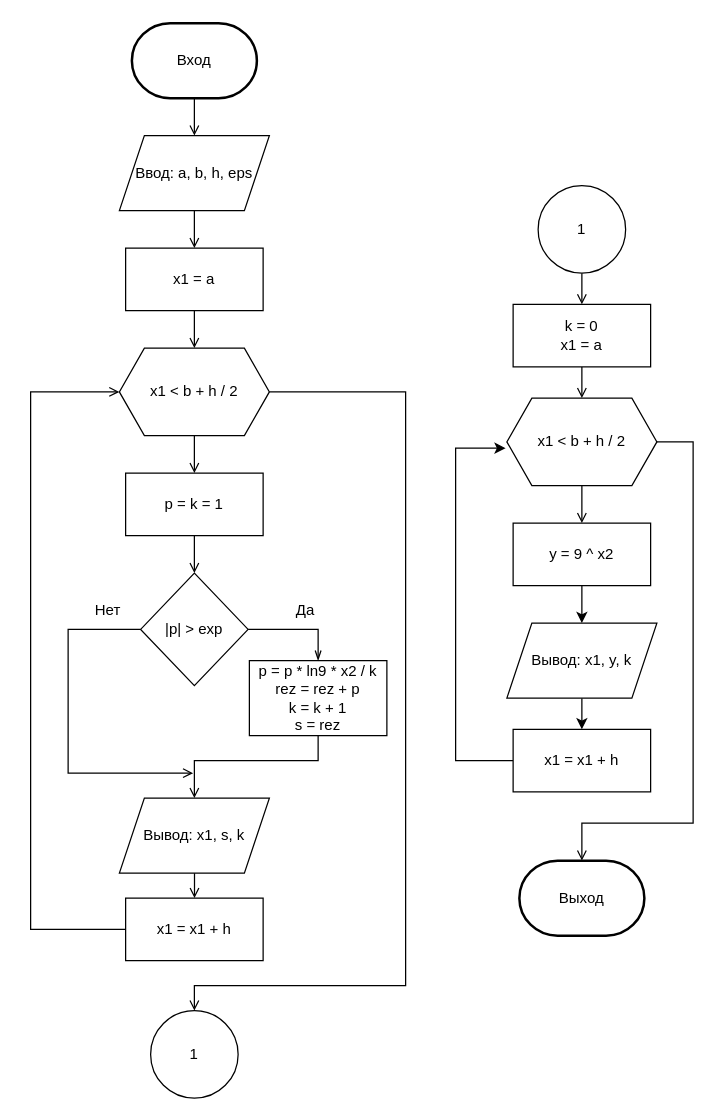
Earlier version of the draw.io diagram laba8.drawio (ArgumenTiKi/labs). Source tidied: cells renumbered, new cells numbered last; positions are measured from the earlier drawing's top-left corner, leaving out a move shared by most shapes. Both pictures are drawn from the tidied source at 125%, with x=0, y=0 at pixel (30, 22).
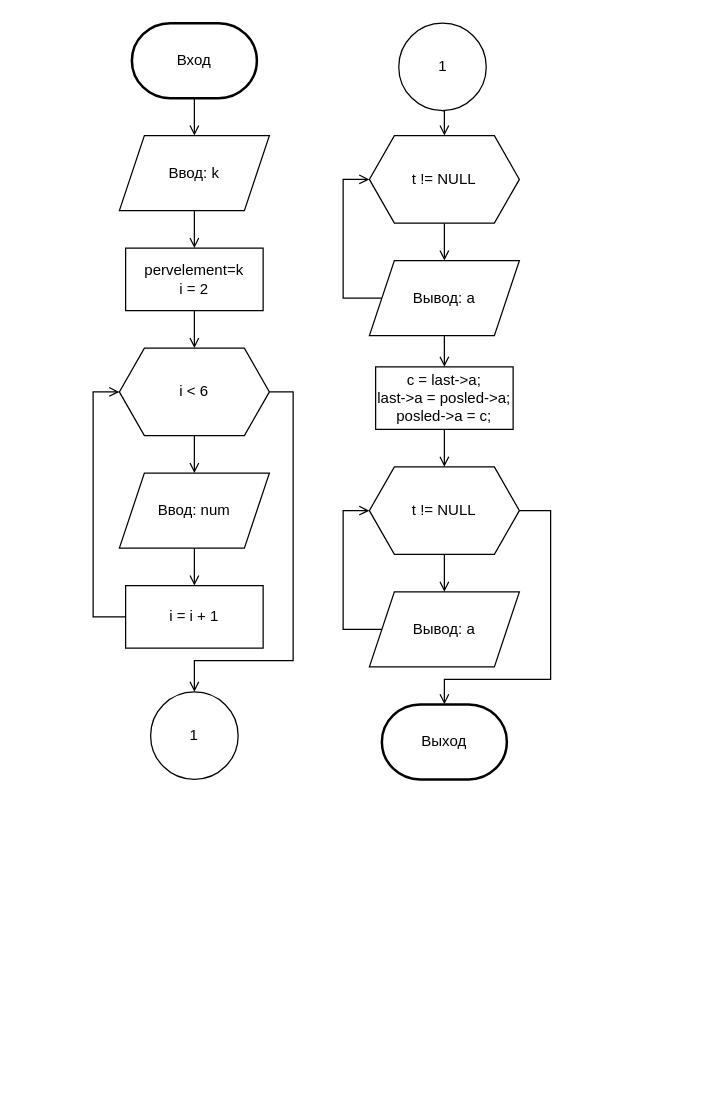
After the change.

Diff of the diagram source:
```diff
@@
     <mxCell id="4" value="Выход" style="strokeWidth=2;html=1;shape=mxgraph.flowchart.terminator;whiteSpace=wrap;" parent="1" vertex="1">
-      <mxGeometry x="391" y="670" width="100" height="60" as="geometry" />
+      <mxGeometry x="281" y="545" width="100" height="60" as="geometry" />
     </mxCell>
-    <mxCell id="5" style="edgeStyle=orthogonalEdgeStyle;rounded=0;jettySize=auto;html=1;exitX=0.5;exitY=1;exitDx=0;exitDy=0;entryX=0.5;entryY=0;entryDx=0;entryDy=0;endArrow=open;endFill=0;" parent="1" edge="1" source="6">
-      <mxGeometry relative="1" as="geometry">
-        <mxPoint x="131" y="620" as="targetPoint" />
-        <Array as="points">
-          <mxPoint x="230" y="590" />
-          <mxPoint x="131" y="590" />
-        </Array>
-      </mxGeometry>
-    </mxCell>
-    <mxCell id="6" value="p = p * ln9 * x2 / k&lt;br&gt;rez = rez + p&lt;br&gt;k = k + 1&lt;br&gt;s = rez" style="rounded=0;whiteSpace=wrap;html=1;" parent="1" vertex="1">
-      <mxGeometry x="175" y="510" width="110" height="60" as="geometry" />
-    </mxCell>
-    <mxCell id="7" style="edgeStyle=orthogonalEdgeStyle;rounded=0;jettySize=auto;html=1;exitX=0.5;exitY=1;exitDx=0;exitDy=0;entryX=0;entryY=0.5;entryDx=0;entryDy=0;" parent="1" edge="1" target="10">
-      <mxGeometry relative="1" as="geometry">
-        <mxPoint x="125" y="452" as="sourcePoint" />
-      </mxGeometry>
-    </mxCell>
-    <mxCell id="8" style="edgeStyle=orthogonalEdgeStyle;rounded=0;jettySize=auto;html=1;entryX=0.5;entryY=0;entryDx=0;entryDy=0;endArrow=openThin;endFill=0;" parent="1" edge="1" source="10" target="6">
-      <mxGeometry relative="1" as="geometry" />
-    </mxCell>
-    <mxCell id="9" style="edgeStyle=orthogonalEdgeStyle;rounded=0;jettySize=auto;html=1;exitX=0.5;exitY=1;exitDx=0;exitDy=0;endArrow=open;endFill=0;" parent="1" edge="1" source="10">
-      <mxGeometry relative="1" as="geometry">
-        <mxPoint x="130" y="600" as="targetPoint" />
-        <Array as="points">
-          <mxPoint x="30" y="485" />
-          <mxPoint x="30" y="600" />
-        </Array>
-      </mxGeometry>
-    </mxCell>
-    <mxCell id="10" value="|p| &amp;gt; exp" style="rhombus;whiteSpace=wrap;html=1;direction=south;" parent="1" vertex="1">
-      <mxGeometry x="88" y="440" width="86" height="90" as="geometry" />
-    </mxCell>
-    <mxCell id="11" value="Нет" style="text;html=1;strokeColor=none;fillColor=none;align=center;verticalAlign=middle;whiteSpace=wrap;rounded=0;" parent="1" vertex="1">
-      <mxGeometry x="42" y="460" width="40" height="20" as="geometry" />
-    </mxCell>
-    <mxCell id="12" value="Да" style="text;html=1;strokeColor=none;fillColor=none;align=center;verticalAlign=middle;whiteSpace=wrap;rounded=0;" parent="1" vertex="1">
-      <mxGeometry x="200" y="460" width="40" height="20" as="geometry" />
-    </mxCell>
-    <mxCell id="13" value="1" style="ellipse;whiteSpace=wrap;html=1;" parent="1" vertex="1">
-      <mxGeometry x="96" y="790" width="70" height="70" as="geometry" />
-    </mxCell>
-    <mxCell id="14" style="edgeStyle=orthogonalEdgeStyle;rounded=0;jettySize=auto;html=1;endArrow=open;endFill=0;" parent="1" edge="1" source="15" target="10">
+    <mxCell id="14" style="edgeStyle=orthogonalEdgeStyle;rounded=0;jettySize=auto;html=1;endArrow=open;endFill=0;exitX=0.5;exitY=1;exitDx=0;exitDy=0;entryX=0.5;entryY=0;entryDx=0;entryDy=0;" parent="1" edge="1" source="18" target="39">
       <mxGeometry relative="1" as="geometry" />
     </mxCell>
-    <mxCell id="15" value="p = k = 1" style="rounded=0;whiteSpace=wrap;html=1;" parent="1" vertex="1">
-      <mxGeometry x="76" y="360" width="110" height="50" as="geometry" />
-    </mxCell>
-    <mxCell id="16" style="edgeStyle=orthogonalEdgeStyle;rounded=0;jettySize=auto;html=1;endArrow=open;endFill=0;" parent="1" edge="1" source="18" target="15">
-      <mxGeometry relative="1" as="geometry" />
-    </mxCell>
-    <mxCell id="17" style="edgeStyle=orthogonalEdgeStyle;rounded=0;jettySize=auto;html=1;entryX=0.5;entryY=0;entryDx=0;entryDy=0;endArrow=open;endFill=0;" parent="1" edge="1" source="18" target="13">
+    <mxCell id="17" style="edgeStyle=orthogonalEdgeStyle;rounded=0;jettySize=auto;html=1;endArrow=open;endFill=0;entryX=0.5;entryY=0;entryDx=0;entryDy=0;" parent="1" edge="1" source="18" target="13">
       <mxGeometry relative="1" as="geometry">
         <Array as="points">
-          <mxPoint x="300" y="295" />
-          <mxPoint x="300" y="770" />
-          <mxPoint x="131" y="770" />
+          <mxPoint x="210" y="295" />
+          <mxPoint x="210" y="510" />
+          <mxPoint x="131" y="510" />
         </Array>
       </mxGeometry>
     </mxCell>
-    <mxCell id="18" value="x1 &amp;lt; b + h / 2" style="shape=hexagon;perimeter=hexagonPerimeter2;whiteSpace=wrap;html=1;fixedSize=1;" parent="1" vertex="1">
+    <mxCell id="18" value="i &amp;lt; 6" style="shape=hexagon;perimeter=hexagonPerimeter2;whiteSpace=wrap;html=1;fixedSize=1;" parent="1" vertex="1">
       <mxGeometry x="71" y="260" width="120" height="70" as="geometry" />
     </mxCell>
@@
-    <mxCell id="20" value="Ввод: a, b, h, eps" style="shape=parallelogram;perimeter=parallelogramPerimeter;whiteSpace=wrap;html=1;fixedSize=1;" parent="1" vertex="1">
+    <mxCell id="20" value="Ввод: k" style="shape=parallelogram;perimeter=parallelogramPerimeter;whiteSpace=wrap;html=1;fixedSize=1;" parent="1" vertex="1">
       <mxGeometry x="71" y="90" width="120" height="60" as="geometry" />
     </mxCell>
@@
-    <mxCell id="22" value="x1 = a" style="rounded=0;whiteSpace=wrap;html=1;" parent="1" vertex="1">
+    <mxCell id="22" value="pervelement=k&lt;br&gt;i = 2" style="rounded=0;whiteSpace=wrap;html=1;" parent="1" vertex="1">
       <mxGeometry x="76" y="180" width="110" height="50" as="geometry" />
     </mxCell>
     <mxCell id="23" style="edgeStyle=orthogonalEdgeStyle;rounded=0;jettySize=auto;html=1;endArrow=open;endFill=0;exitX=0;exitY=0.5;exitDx=0;exitDy=0;" parent="1" edge="1" source="38">
       <mxGeometry relative="1" as="geometry">
         <mxPoint x="71" y="295" as="targetPoint" />
         <Array as="points">
-          <mxPoint y="725" />
-          <mxPoint y="295" />
+          <mxPoint x="50" y="475" />
+          <mxPoint x="50" y="295" />
         </Array>
       </mxGeometry>
     </mxCell>
-    <mxCell id="24" style="edgeStyle=orthogonalEdgeStyle;rounded=0;jettySize=auto;html=1;entryX=0.5;entryY=0;entryDx=0;entryDy=0;endArrow=open;endFill=0;" parent="1" edge="1" source="25" target="33">
-      <mxGeometry relative="1" as="geometry" />
-    </mxCell>
-    <mxCell id="25" value="k = 0&lt;br&gt;x1 = a" style="rounded=0;whiteSpace=wrap;html=1;" parent="1" vertex="1">
-      <mxGeometry x="386" y="225" width="110" height="50" as="geometry" />
-    </mxCell>
-    <mxCell id="26" style="edgeStyle=orthogonalEdgeStyle;rounded=0;jettySize=auto;html=1;exitX=0.5;exitY=1;exitDx=0;exitDy=0;entryX=0.5;entryY=0;entryDx=0;entryDy=0;endArrow=open;endFill=0;" parent="1" edge="1" source="27" target="25">
-      <mxGeometry relative="1" as="geometry" />
-    </mxCell>
+    <mxCell id="40" style="edgeStyle=orthogonalEdgeStyle;rounded=0;jettySize=auto;html=1;exitX=0.5;exitY=1;exitDx=0;exitDy=0;entryX=0.5;entryY=0;entryDx=0;entryDy=0;endArrow=open;endFill=0;strokeColor=#000000;" parent="1" edge="1" source="27" target="45">
+      <mxGeometry relative="1" as="geometry" />
+    </mxCell>
     <mxCell id="27" value="1" style="ellipse;whiteSpace=wrap;html=1;" parent="1" vertex="1">
-      <mxGeometry x="406" y="130" width="70" height="70" as="geometry" />
+      <mxGeometry x="294.5" width="70" height="70" as="geometry" />
     </mxCell>
-    <mxCell id="28" style="edgeStyle=orthogonalEdgeStyle;rounded=0;orthogonalLoop=1;jettySize=auto;html=1;endArrow=open;endFill=0;" parent="1" edge="1">
-      <mxGeometry relative="1" as="geometry">
-        <mxPoint x="131.1" y="670" as="sourcePoint" />
-        <mxPoint x="131.1" y="700" as="targetPoint" />
-      </mxGeometry>
-    </mxCell>
-    <mxCell id="29" style="edgeStyle=orthogonalEdgeStyle;rounded=0;jettySize=auto;html=1;entryX=0.5;entryY=0;entryDx=0;entryDy=0;" parent="1" edge="1" source="30" target="35">
-      <mxGeometry relative="1" as="geometry" />
-    </mxCell>
-    <mxCell id="30" value="y = 9 ^ x2" style="rounded=0;whiteSpace=wrap;html=1;" parent="1" vertex="1">
-      <mxGeometry x="386" y="400" width="110" height="50" as="geometry" />
-    </mxCell>
-    <mxCell id="31" style="edgeStyle=orthogonalEdgeStyle;rounded=0;jettySize=auto;html=1;endArrow=open;endFill=0;" parent="1" edge="1" source="33" target="30">
-      <mxGeometry relative="1" as="geometry" />
-    </mxCell>
-    <mxCell id="32" style="edgeStyle=orthogonalEdgeStyle;rounded=0;jettySize=auto;html=1;entryX=0.5;entryY=0;entryDx=0;entryDy=0;entryPerimeter=0;endArrow=open;endFill=0;" parent="1" edge="1" source="33" target="4">
-      <mxGeometry relative="1" as="geometry">
-        <Array as="points">
-          <mxPoint x="530" y="335" />
-          <mxPoint x="530" y="640" />
-          <mxPoint x="441" y="640" />
-        </Array>
-      </mxGeometry>
-    </mxCell>
-    <mxCell id="33" value="x1 &amp;lt; b + h / 2" style="shape=hexagon;perimeter=hexagonPerimeter2;whiteSpace=wrap;html=1;fixedSize=1;" parent="1" vertex="1">
-      <mxGeometry x="381" y="300" width="120" height="70" as="geometry" />
-    </mxCell>
-    <mxCell id="34" style="edgeStyle=orthogonalEdgeStyle;rounded=0;jettySize=auto;html=1;entryX=0.5;entryY=0;entryDx=0;entryDy=0;" parent="1" edge="1" source="35" target="37">
-      <mxGeometry relative="1" as="geometry" />
-    </mxCell>
-    <mxCell id="35" value="Вывод: x1, y, k" style="shape=parallelogram;perimeter=parallelogramPerimeter;whiteSpace=wrap;html=1;fixedSize=1;" parent="1" vertex="1">
-      <mxGeometry x="381" y="480" width="120" height="60" as="geometry" />
-    </mxCell>
-    <mxCell id="36" style="edgeStyle=orthogonalEdgeStyle;rounded=0;jettySize=auto;html=1;" parent="1" edge="1" source="37">
-      <mxGeometry relative="1" as="geometry">
-        <mxPoint x="380" y="340" as="targetPoint" />
-        <Array as="points">
-          <mxPoint x="340" y="590" />
-          <mxPoint x="340" y="340" />
-        </Array>
-      </mxGeometry>
-    </mxCell>
-    <mxCell id="37" value="x1 = x1 + h" style="rounded=0;whiteSpace=wrap;html=1;" parent="1" vertex="1">
-      <mxGeometry x="386" y="565" width="110" height="50" as="geometry" />
-    </mxCell>
-    <mxCell id="38" value="x1 = x1 + h" style="rounded=0;whiteSpace=wrap;html=1;" parent="1" vertex="1">
-      <mxGeometry x="76" y="700" width="110" height="50" as="geometry" />
+    <mxCell id="38" value="i = i + 1" style="rounded=0;whiteSpace=wrap;html=1;" parent="1" vertex="1">
+      <mxGeometry x="76" y="450" width="110" height="50" as="geometry" />
     </mxCell>
+    <mxCell id="41" style="edgeStyle=orthogonalEdgeStyle;rounded=0;jettySize=auto;html=1;exitX=0.5;exitY=1;exitDx=0;exitDy=0;entryX=0.5;entryY=0;entryDx=0;entryDy=0;endArrow=open;endFill=0;" parent="1" edge="1" source="39" target="38">
+      <mxGeometry relative="1" as="geometry" />
+    </mxCell>
-    <mxCell id="39" value="Вывод: x1, s, k" style="shape=parallelogram;perimeter=parallelogramPerimeter;whiteSpace=wrap;html=1;fixedSize=1;" parent="1" vertex="1">
-      <mxGeometry x="71" y="620" width="120" height="60" as="geometry" />
+    <mxCell id="39" value="Ввод: num" style="shape=parallelogram;perimeter=parallelogramPerimeter;whiteSpace=wrap;html=1;fixedSize=1;" parent="1" vertex="1">
+      <mxGeometry x="71" y="360" width="120" height="60" as="geometry" />
     </mxCell>
+    <mxCell id="42" style="edgeStyle=orthogonalEdgeStyle;rounded=0;jettySize=auto;html=1;entryX=0.5;entryY=0;entryDx=0;entryDy=0;endArrow=open;endFill=0;strokeColor=#000000;" parent="1" edge="1" source="43" target="51">
+      <mxGeometry relative="1" as="geometry" />
+    </mxCell>
+    <mxCell id="43" value="&lt;div&gt;c = last-&amp;gt;a;&lt;/div&gt;&lt;div&gt;&lt;span&gt; &lt;/span&gt;last-&amp;gt;a = posled-&amp;gt;a;&lt;/div&gt;&lt;div&gt;&lt;span&gt; &lt;/span&gt;posled-&amp;gt;a = c;&lt;/div&gt;" style="rounded=0;whiteSpace=wrap;html=1;" parent="1" vertex="1">
+      <mxGeometry x="276" y="275" width="110" height="50" as="geometry" />
+    </mxCell>
+    <mxCell id="44" style="edgeStyle=orthogonalEdgeStyle;rounded=0;jettySize=auto;html=1;endArrow=open;endFill=0;exitX=0.5;exitY=1;exitDx=0;exitDy=0;entryX=0.5;entryY=0;entryDx=0;entryDy=0;" parent="1" edge="1" source="45" target="48">
+      <mxGeometry relative="1" as="geometry" />
+    </mxCell>
+    <mxCell id="45" value="t != NULL" style="shape=hexagon;perimeter=hexagonPerimeter2;whiteSpace=wrap;html=1;fixedSize=1;" parent="1" vertex="1">
+      <mxGeometry x="271" y="90" width="120" height="70" as="geometry" />
+    </mxCell>
+    <mxCell id="46" style="edgeStyle=orthogonalEdgeStyle;rounded=0;jettySize=auto;html=1;endArrow=open;endFill=0;exitX=0;exitY=0.5;exitDx=0;exitDy=0;" parent="1" edge="1" source="48">
+      <mxGeometry relative="1" as="geometry">
+        <mxPoint x="271" y="125" as="targetPoint" />
+        <Array as="points">
+          <mxPoint x="250" y="220" />
+          <mxPoint x="250" y="125" />
+        </Array>
+      </mxGeometry>
+    </mxCell>
+    <mxCell id="47" style="edgeStyle=orthogonalEdgeStyle;rounded=0;jettySize=auto;html=1;exitX=0.5;exitY=1;exitDx=0;exitDy=0;entryX=0.5;entryY=0;entryDx=0;entryDy=0;endArrow=open;endFill=0;strokeColor=#000000;" parent="1" edge="1" source="48" target="43">
+      <mxGeometry relative="1" as="geometry" />
+    </mxCell>
+    <mxCell id="48" value="Вывод: a" style="shape=parallelogram;perimeter=parallelogramPerimeter;whiteSpace=wrap;html=1;fixedSize=1;" parent="1" vertex="1">
+      <mxGeometry x="271" y="190" width="120" height="60" as="geometry" />
+    </mxCell>
+    <mxCell id="49" style="edgeStyle=orthogonalEdgeStyle;rounded=0;jettySize=auto;html=1;endArrow=open;endFill=0;exitX=0.5;exitY=1;exitDx=0;exitDy=0;entryX=0.5;entryY=0;entryDx=0;entryDy=0;" parent="1" edge="1" source="51" target="53">
+      <mxGeometry relative="1" as="geometry" />
+    </mxCell>
+    <mxCell id="50" style="edgeStyle=orthogonalEdgeStyle;rounded=0;jettySize=auto;html=1;entryX=0.5;entryY=0;entryDx=0;entryDy=0;entryPerimeter=0;endArrow=open;endFill=0;strokeColor=#000000;" parent="1" edge="1" source="51" target="4">
+      <mxGeometry relative="1" as="geometry">
+        <Array as="points">
+          <mxPoint x="416" y="390" />
+          <mxPoint x="416" y="525" />
+          <mxPoint x="331" y="525" />
+        </Array>
+      </mxGeometry>
+    </mxCell>
+    <mxCell id="51" value="t != NULL" style="shape=hexagon;perimeter=hexagonPerimeter2;whiteSpace=wrap;html=1;fixedSize=1;" parent="1" vertex="1">
+      <mxGeometry x="271" y="355" width="120" height="70" as="geometry" />
+    </mxCell>
+    <mxCell id="52" style="edgeStyle=orthogonalEdgeStyle;rounded=0;jettySize=auto;html=1;endArrow=open;endFill=0;exitX=0;exitY=0.5;exitDx=0;exitDy=0;" parent="1" edge="1" source="53">
+      <mxGeometry relative="1" as="geometry">
+        <mxPoint x="271" y="390" as="targetPoint" />
+        <Array as="points">
+          <mxPoint x="250" y="485" />
+          <mxPoint x="250" y="390" />
+        </Array>
+      </mxGeometry>
+    </mxCell>
+    <mxCell id="53" value="Вывод: a" style="shape=parallelogram;perimeter=parallelogramPerimeter;whiteSpace=wrap;html=1;fixedSize=1;" parent="1" vertex="1">
+      <mxGeometry x="271" y="455" width="120" height="60" as="geometry" />
+    </mxCell>
+    <mxCell id="13" value="1" style="ellipse;whiteSpace=wrap;html=1;" parent="1" vertex="1">
+      <mxGeometry x="96" y="535" width="70" height="70" as="geometry" />
+    </mxCell>
```
